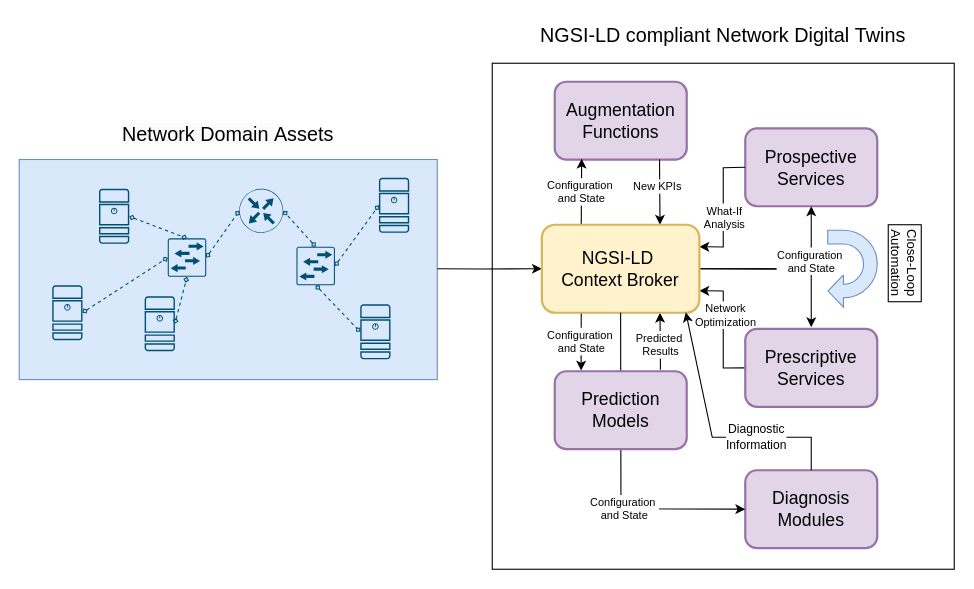
The draw.io diagram page "NDTs-CIM-v2" (3 of 13) of resources/images/data-integration-ngsi-ld.drawio in giros-dit/yang-to-ngsi-ld, before the edit. Source tidied: cells renumbered, new cells numbered last; positions are measured from the earlier drawing's top-left corner, leaving out a move shared by most shapes. Both pictures are drawn from the tidied source at 110%, with x=0, y=0 at pixel (19, 19).
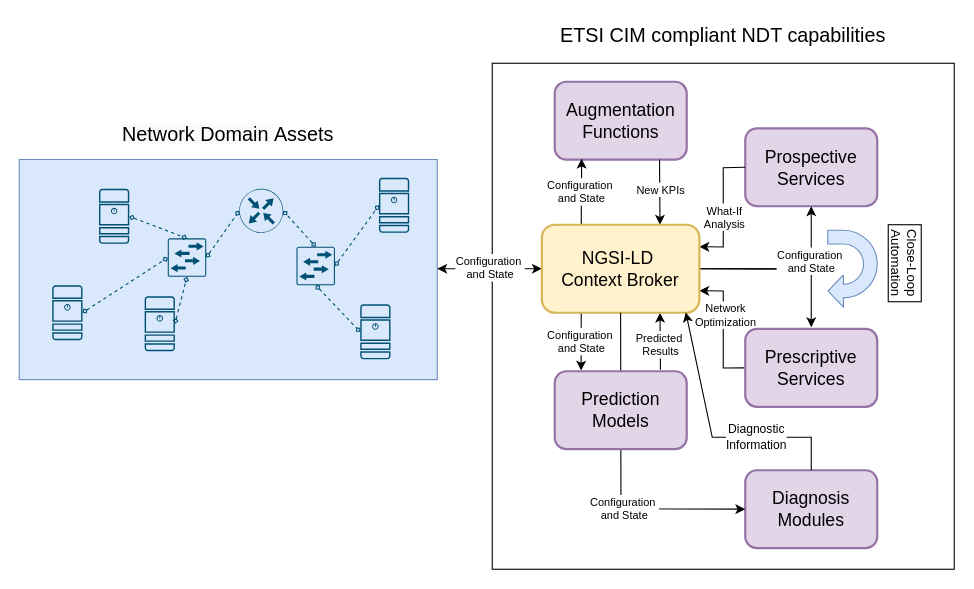
After the change.

Unchanged cells that the change refers to:
```xml
<mxCell id="7" style="endArrow=classic;html=1;rounded=0;exitX=0.794;exitY=1;exitDx=0;exitDy=0;entryX=0.75;entryY=0;entryDx=0;entryDy=0;exitPerimeter=0;" parent="1" edge="1" source="5" target="21">
  <mxGeometry relative="1" as="geometry" />
</mxCell>
<mxCell id="21" value="&lt;font style=&quot;font-size: 16px;&quot;&gt;NGSI-LD&amp;nbsp;&lt;/font&gt;&lt;div style=&quot;font-size: 16px;&quot;&gt;&lt;font style=&quot;font-size: 16px;&quot;&gt;Context Broker&lt;/font&gt;&lt;/div&gt;" style="rounded=1;whiteSpace=wrap;html=1;fillColor=#fff2cc;strokeColor=#d6b656;strokeWidth=2;" parent="1" vertex="1">
  <mxGeometry x="475.1" y="186.8" width="143.2" height="80" as="geometry" />
</mxCell>
```

The edit, as a diff of the source:
```diff
@@
-    <mxCell id="4" style="endArrow=classic;html=1;rounded=0;entryX=0;entryY=0.5;entryDx=0;entryDy=0;exitX=1;exitY=0.5;exitDx=0;exitDy=0;" parent="1" edge="1" target="21">
+    <mxCell id="4" style="endArrow=classic;html=1;rounded=0;entryX=0;entryY=0.5;entryDx=0;entryDy=0;exitX=1;exitY=0.5;exitDx=0;exitDy=0;startArrow=classic;startFill=1;" parent="1" edge="1" target="21">
       <mxGeometry relative="1" as="geometry">
         <mxPoint x="380" y="226.8" as="sourcePoint" />
-        <Array as="points">
-          <mxPoint x="420" y="227" />
-        </Array>
       </mxGeometry>
     </mxCell>
+    <mxCell id="44" value="&lt;font style=&quot;font-size: 10px;&quot;&gt;Configuration&amp;nbsp;&lt;/font&gt;&lt;div style=&quot;font-size: 10px;&quot;&gt;and State&lt;/div&gt;" style="edgeLabel;html=1;align=center;verticalAlign=middle;" parent="4" vertex="1">
+      <mxGeometry x="-0.14" y="1" relative="1" as="geometry">
+        <mxPoint x="6" as="offset" />
+      </mxGeometry>
+    </mxCell>
@@
     <mxCell id="8" value="&lt;font style=&quot;font-size: 10px;&quot;&gt;New KPIs&lt;/font&gt;" style="edgeLabel;html=1;align=center;verticalAlign=middle;" parent="7" vertex="1">
       <mxGeometry x="0.09" y="-3" relative="1" as="geometry">
-        <mxPoint y="-8" as="offset" />
+        <mxPoint x="3" y="-5" as="offset" />
       </mxGeometry>
     </mxCell>
@@
-    <mxCell id="43" value="&lt;font style=&quot;font-size: 18px;&quot;&gt;NGSI-LD compliant&amp;nbsp;&lt;span style=&quot;background-color: initial;&quot;&gt;Network Digital&amp;nbsp;&lt;/span&gt;&lt;span style=&quot;background-color: initial;&quot;&gt;Twins&lt;/span&gt;&lt;/font&gt;" style="text;html=1;align=center;verticalAlign=middle;whiteSpace=wrap;rounded=0;" parent="1" vertex="1">
+    <mxCell id="43" value="&lt;font style=&quot;font-size: 18px;&quot;&gt;&lt;span style=&quot;background-color: initial;&quot;&gt;ETSI CIM compliant NDT capabilities&lt;/span&gt;&lt;/font&gt;" style="text;html=1;align=center;verticalAlign=middle;whiteSpace=wrap;rounded=0;" parent="1" vertex="1">
       <mxGeometry x="469.2" width="341.6" height="30" as="geometry" />
     </mxCell>
```
